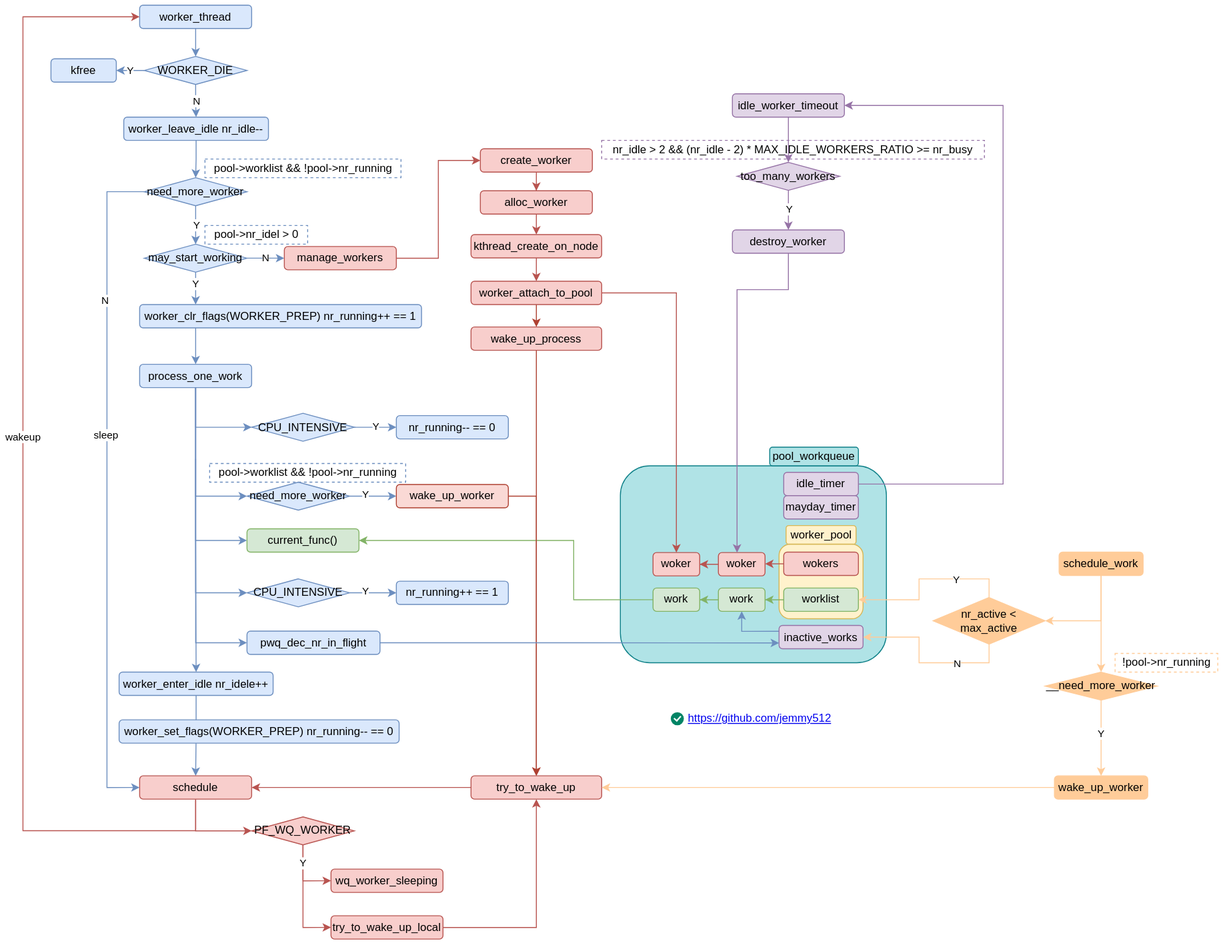
jemmy512/book-notes keeps this draw.io diagram as images/kernel/proc-cmwq-flow.svg. Above is the earlier version. Source tidied: cells renumbered, new cells last; positions are measured from the earlier drawing's top-left corner, leaving out a move shared by most shapes.
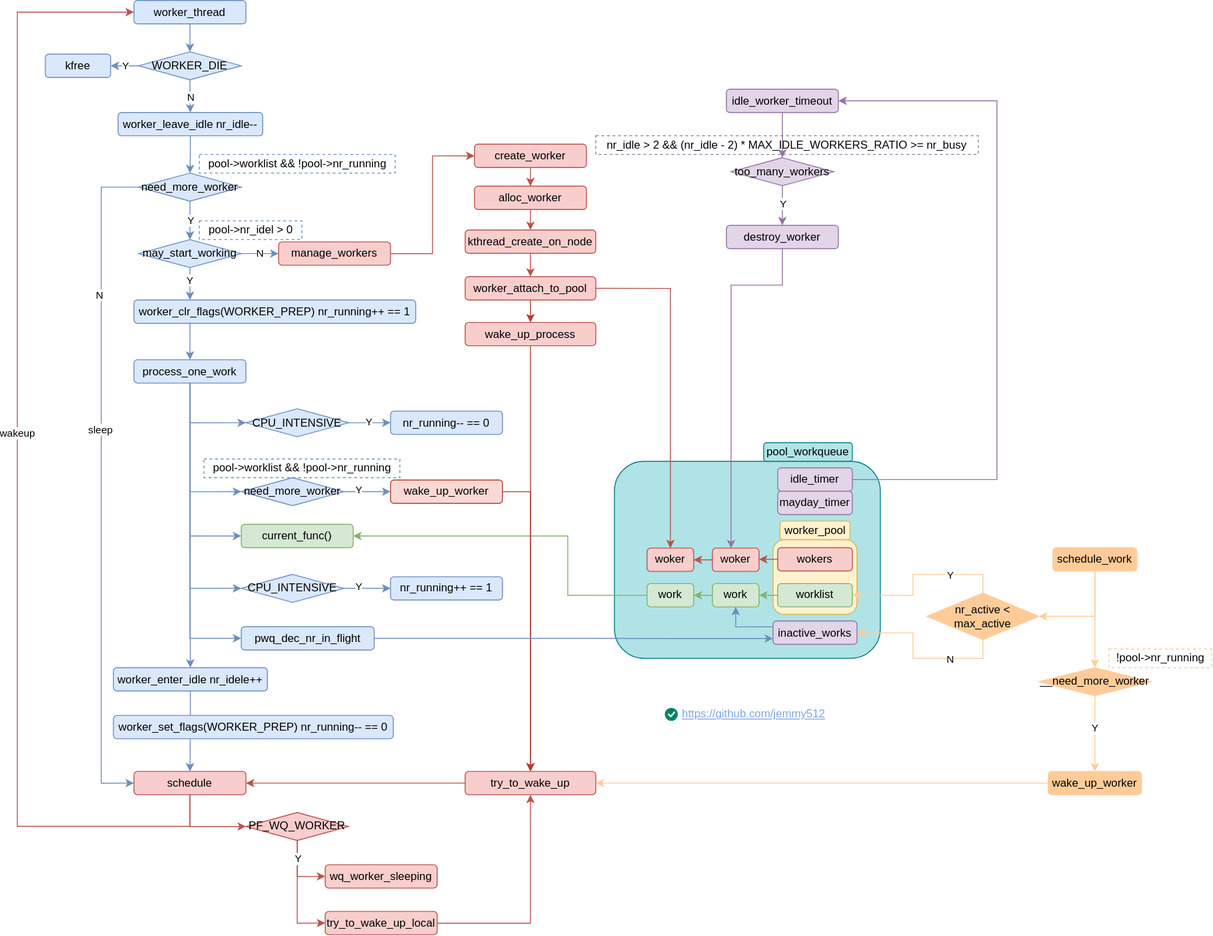
Above is the later version.

Diff of the diagram source:
```diff
@@ -431,7 +431,7 @@
     <mxCell id="117" style="html=1;shadow=0;dashed=0;shape=mxgraph.atlassian.checkbox;fillColor=#008465;strokeColor=none;html=1;sketch=0;" parent="1" vertex="1">
       <mxGeometry x="694" y="758" width="14" height="14" as="geometry" />
     </mxCell>
-    <mxCell id="118" value="https://github.com/jemmy512" style="text;html=1;strokeColor=none;fillColor=none;whiteSpace=wrap;align=center;verticalAlign=middle;fontColor=#0000EE;fontStyle=4;" parent="1" vertex="1">
+    <mxCell id="118" value="https://github.com/jemmy512" style="text;html=1;strokeColor=none;fillColor=none;whiteSpace=wrap;align=center;verticalAlign=middle;fontColor=#7EA6E0;fontStyle=4;" parent="1" vertex="1">
       <mxGeometry x="704.1" y="745" width="170.9" height="40" as="geometry" />
     </mxCell>
     <mxCell id="119" value="&lt;span style=&quot;&quot;&gt;worker_pool&lt;/span&gt;" style="rounded=1;whiteSpace=wrap;html=1;fillColor=#fff2cc;strokeColor=#d6b656;" parent="1" vertex="1">
```
